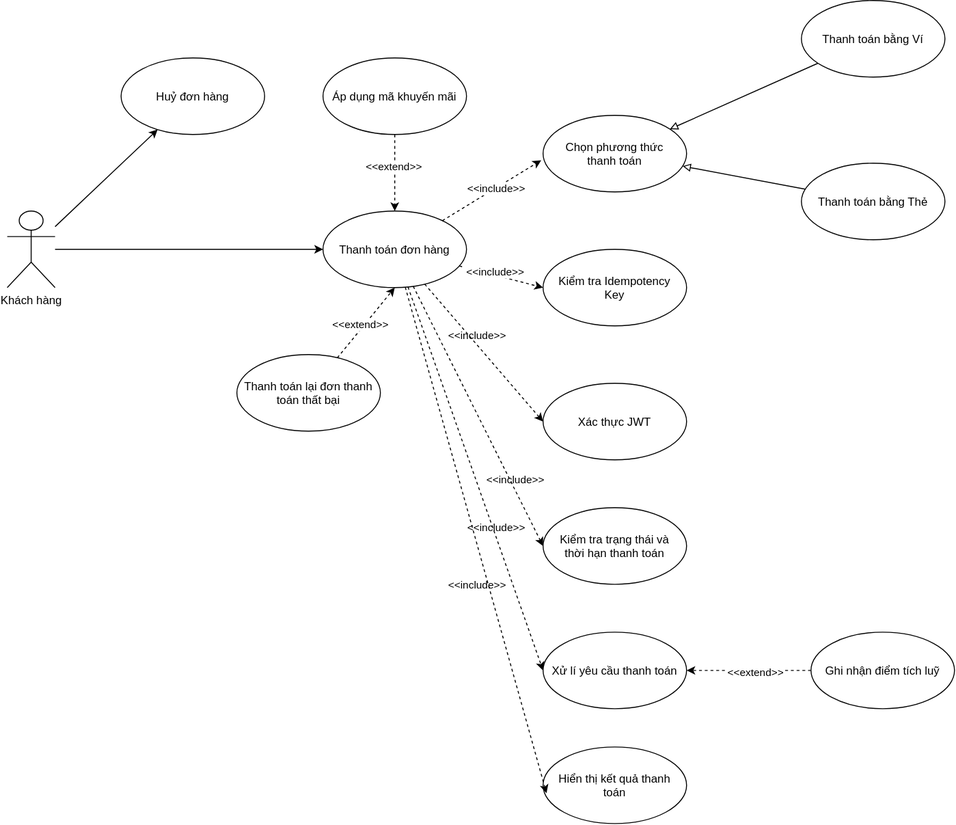
Above: docs/requirements/use-case-checkout.svg in StarH6/brewlite_as2 (draw.io), before the change. Source tidied: cells renumbered, new cells last; positions are measured from the earlier drawing's top-left corner, leaving out a move shared by most shapes. Its diagram source:
```xml
<mxGraphModel>
  <root>
    <mxCell id="0" />
    <mxCell id="1" parent="0" />
    <mxCell id="2" style="edgeStyle=none;rounded=0;jettySize=auto;html=1;entryX=0;entryY=0.5;entryDx=0;entryDy=0;defaultLabelBackgroundColor=page;labelPadding=0 4;" parent="1" edge="1" source="4" target="10">
      <mxGeometry relative="1" as="geometry" />
    </mxCell>
    <mxCell id="3" style="edgeStyle=none;rounded=0;jettySize=auto;html=1;defaultLabelBackgroundColor=page;labelPadding=0 4;" parent="1" edge="1" source="4" target="33">
      <mxGeometry relative="1" as="geometry" />
    </mxCell>
    <mxCell id="4" value="Khách hàng" style="shape=umlActor;verticalLabelPosition=bottom;verticalAlign=top;html=1;outlineConnect=0;labelPerimeter=1;" parent="1" vertex="1">
      <mxGeometry y="220" width="50" height="80" as="geometry" />
    </mxCell>
    <mxCell id="5" style="edgeStyle=none;rounded=0;jettySize=auto;html=1;entryX=0;entryY=0.5;entryDx=0;entryDy=0;defaultLabelBackgroundColor=page;labelPadding=0 4;dashed=1;" parent="1" edge="1" source="10" target="13">
      <mxGeometry relative="1" as="geometry" />
    </mxCell>
    <mxCell id="6" value="&amp;lt;&amp;lt;include&amp;gt;&amp;gt;" style="edgeLabel;html=1;align=center;verticalAlign=middle;inheritText=1;defaultLabelBackgroundColor=page;labelPadding=0 4;" parent="5" vertex="1">
      <mxGeometry x="-0.19" y="3" relative="1" as="geometry" />
    </mxCell>
    <mxCell id="7" style="edgeStyle=none;rounded=0;jettySize=auto;html=1;entryX=0;entryY=0.5;entryDx=0;entryDy=0;defaultLabelBackgroundColor=page;labelPadding=0 4;dashed=1;" parent="1" edge="1" source="10" target="12">
      <mxGeometry relative="1" as="geometry" />
    </mxCell>
    <mxCell id="8" style="edgeStyle=none;rounded=0;jettySize=auto;html=1;entryX=0;entryY=0.5;entryDx=0;entryDy=0;defaultLabelBackgroundColor=page;labelPadding=0 4;dashed=1;" parent="1" edge="1" source="10" target="24">
      <mxGeometry relative="1" as="geometry" />
    </mxCell>
    <mxCell id="9" style="edgeStyle=none;rounded=0;jettySize=auto;html=1;entryX=0;entryY=0.5;entryDx=0;entryDy=0;defaultLabelBackgroundColor=page;labelPadding=0 4;dashed=1;" parent="1" edge="1" source="10" target="25">
      <mxGeometry relative="1" as="geometry" />
    </mxCell>
    <mxCell id="10" value="Thanh toán đơn hàng" style="ellipse;whiteSpace=wrap;html=1;shapeInside=1;" parent="1" vertex="1">
      <mxGeometry x="330" y="220" width="150" height="80" as="geometry" />
    </mxCell>
    <mxCell id="11" value="Chọn phương thức thanh toán" style="ellipse;whiteSpace=wrap;html=1;shapeInside=1;" parent="1" vertex="1">
      <mxGeometry x="560" y="120" width="150" height="80" as="geometry" />
    </mxCell>
    <mxCell id="12" value="Xác thực JWT" style="ellipse;whiteSpace=wrap;html=1;shapeInside=1;" parent="1" vertex="1">
      <mxGeometry x="560" y="400" width="150" height="80" as="geometry" />
    </mxCell>
    <mxCell id="13" value="Kiểm tra Idempotency Key" style="ellipse;whiteSpace=wrap;html=1;shapeInside=1;" parent="1" vertex="1">
      <mxGeometry x="560" y="260" width="150" height="80" as="geometry" />
    </mxCell>
    <mxCell id="14" style="edgeStyle=none;rounded=0;jettySize=auto;html=1;defaultLabelBackgroundColor=page;labelPadding=0 4;endArrow=block;endFill=0;" parent="1" edge="1" source="15" target="11">
      <mxGeometry relative="1" as="geometry" />
    </mxCell>
    <mxCell id="15" value="Thanh toán bằng Ví" style="ellipse;whiteSpace=wrap;html=1;shapeInside=1;" parent="1" vertex="1">
      <mxGeometry x="830" width="150" height="80" as="geometry" />
    </mxCell>
    <mxCell id="16" style="edgeStyle=none;rounded=0;jettySize=auto;html=1;defaultLabelBackgroundColor=page;labelPadding=0 4;endArrow=block;endFill=0;" parent="1" edge="1" source="17" target="11">
      <mxGeometry relative="1" as="geometry" />
    </mxCell>
    <mxCell id="17" value="Thanh toán bằng Thẻ" style="ellipse;whiteSpace=wrap;html=1;shapeInside=1;" parent="1" vertex="1">
      <mxGeometry x="830" y="170" width="150" height="80" as="geometry" />
    </mxCell>
    <mxCell id="18" style="edgeStyle=none;rounded=0;jettySize=auto;html=1;entryX=-0.013;entryY=0.588;entryDx=0;entryDy=0;entryPerimeter=0;defaultLabelBackgroundColor=page;labelPadding=0 4;dashed=1;" parent="1" edge="1" source="10" target="11">
      <mxGeometry relative="1" as="geometry" />
    </mxCell>
    <mxCell id="19" value="&amp;lt;&amp;lt;include&amp;gt;&amp;gt;" style="edgeLabel;html=1;align=center;verticalAlign=middle;inheritText=1;defaultLabelBackgroundColor=page;labelPadding=0 4;" parent="18" vertex="1">
      <mxGeometry x="0.07" relative="1" as="geometry" />
    </mxCell>
    <mxCell id="20" value="&amp;lt;&amp;lt;include&amp;gt;&amp;gt;" style="edgeLabel;html=1;align=center;verticalAlign=middle;inheritText=1;defaultLabelBackgroundColor=page;labelPadding=0 4;" parent="18" vertex="1">
      <mxGeometry x="0.27" relative="1" as="geometry">
        <mxPoint x="-30" y="160" as="offset" />
      </mxGeometry>
    </mxCell>
    <mxCell id="21" value="&amp;lt;&amp;lt;include&amp;gt;&amp;gt;" style="edgeLabel;html=1;align=center;verticalAlign=middle;inheritText=1;defaultLabelBackgroundColor=page;labelPadding=0 4;" parent="18" vertex="1">
      <mxGeometry x="0.07" relative="1" as="geometry">
        <mxPoint x="20" y="304" as="offset" />
      </mxGeometry>
    </mxCell>
    <mxCell id="22" value="&amp;lt;&amp;lt;include&amp;gt;&amp;gt;" style="edgeLabel;html=1;align=center;verticalAlign=middle;inheritText=1;defaultLabelBackgroundColor=page;labelPadding=0 4;" parent="18" vertex="1">
      <mxGeometry x="0.07" relative="1" as="geometry">
        <mxPoint x="-20" y="414" as="offset" />
      </mxGeometry>
    </mxCell>
    <mxCell id="23" value="&amp;lt;&amp;lt;include&amp;gt;&amp;gt;" style="edgeLabel;html=1;align=center;verticalAlign=middle;inheritText=1;defaultLabelBackgroundColor=page;labelPadding=0 4;" parent="18" vertex="1">
      <mxGeometry x="0.07" relative="1" as="geometry">
        <mxPoint y="354" as="offset" />
      </mxGeometry>
    </mxCell>
    <mxCell id="24" value="Kiểm tra trạng thái và thời hạn thanh toán" style="ellipse;whiteSpace=wrap;html=1;shapeInside=1;" parent="1" vertex="1">
      <mxGeometry x="560" y="530" width="150" height="80" as="geometry" />
    </mxCell>
    <mxCell id="25" value="Xử lí yêu cầu thanh toán" style="ellipse;whiteSpace=wrap;html=1;shapeInside=1;" parent="1" vertex="1">
      <mxGeometry x="560" y="660" width="150" height="80" as="geometry" />
    </mxCell>
    <mxCell id="26" value="Hiển thị kết quả thanh toán" style="ellipse;whiteSpace=wrap;html=1;shapeInside=1;" parent="1" vertex="1">
      <mxGeometry x="560" y="780" width="150" height="80" as="geometry" />
    </mxCell>
    <mxCell id="27" style="edgeStyle=none;rounded=0;jettySize=auto;html=1;entryX=0.5;entryY=0;entryDx=0;entryDy=0;defaultLabelBackgroundColor=page;labelPadding=0 4;dashed=1;" parent="1" edge="1" source="29" target="10">
      <mxGeometry relative="1" as="geometry" />
    </mxCell>
    <mxCell id="28" value="&amp;lt;&amp;lt;extend&amp;gt;&amp;gt;" style="edgeLabel;html=1;align=center;verticalAlign=middle;inheritText=1;defaultLabelBackgroundColor=page;labelPadding=0 4;" parent="27" vertex="1">
      <mxGeometry x="-0.18" y="-2" relative="1" as="geometry" />
    </mxCell>
    <mxCell id="29" value="Áp dụng mã khuyến mãi" style="ellipse;whiteSpace=wrap;html=1;shapeInside=1;" parent="1" vertex="1">
      <mxGeometry x="330" y="60" width="150" height="80" as="geometry" />
    </mxCell>
    <mxCell id="30" style="edgeStyle=none;rounded=0;jettySize=auto;html=1;entryX=0.5;entryY=1;entryDx=0;entryDy=0;defaultLabelBackgroundColor=page;labelPadding=0 4;dashed=1;" parent="1" edge="1" source="32" target="10">
      <mxGeometry relative="1" as="geometry" />
    </mxCell>
    <mxCell id="31" value="&amp;lt;&amp;lt;extend&amp;gt;&amp;gt;" style="edgeLabel;html=1;align=center;verticalAlign=middle;inheritText=1;defaultLabelBackgroundColor=page;labelPadding=0 4;" parent="30" vertex="1">
      <mxGeometry x="-0.12" y="4" relative="1" as="geometry" />
    </mxCell>
    <mxCell id="32" value="Thanh toán lại đơn thanh toán thất bại" style="ellipse;whiteSpace=wrap;html=1;shapeInside=1;" parent="1" vertex="1">
      <mxGeometry x="240" y="370" width="150" height="80" as="geometry" />
    </mxCell>
    <mxCell id="33" value="Huỷ đơn hàng" style="ellipse;whiteSpace=wrap;html=1;shapeInside=1;" parent="1" vertex="1">
      <mxGeometry x="119" y="60" width="150" height="80" as="geometry" />
    </mxCell>
    <mxCell id="34" style="edgeStyle=none;rounded=0;jettySize=auto;html=1;entryX=0.024;entryY=0.604;entryDx=0;entryDy=0;entryPerimeter=0;defaultLabelBackgroundColor=page;labelPadding=0 4;dashed=1;" parent="1" edge="1" source="10" target="26">
      <mxGeometry relative="1" as="geometry" />
    </mxCell>
    <mxCell id="35" style="edgeStyle=orthogonalEdgeStyle;rounded=0;jettySize=auto;html=1;entryX=1;entryY=0.5;entryDx=0;entryDy=0;defaultLabelBackgroundColor=page;dashed=1;" parent="1" edge="1" source="37" target="25">
      <mxGeometry relative="1" as="geometry" />
    </mxCell>
    <mxCell id="36" value="&amp;lt;&amp;lt;extend&amp;gt;&amp;gt;" style="edgeLabel;html=1;align=center;verticalAlign=middle;inheritText=1;defaultLabelBackgroundColor=page;" parent="35" vertex="1">
      <mxGeometry x="-0.09" y="1" relative="1" as="geometry" />
    </mxCell>
    <mxCell id="37" value="Ghi nhận điểm tích luỹ" style="ellipse;whiteSpace=wrap;html=1;shapeInside=1;" parent="1" vertex="1">
      <mxGeometry x="840" y="660" width="150" height="80" as="geometry" />
    </mxCell>
  </root>
</mxGraphModel>
```
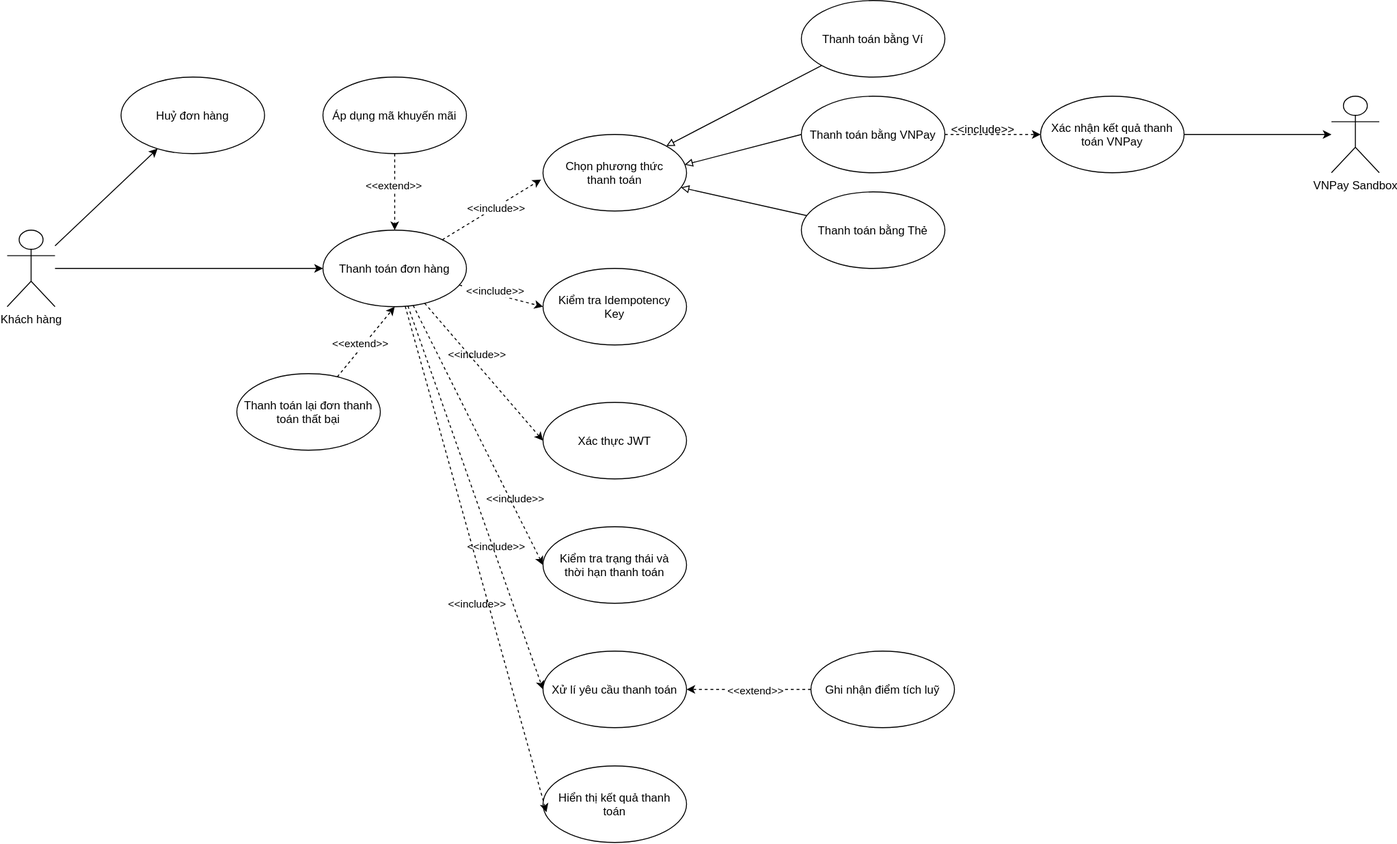
The same file after the commit.

Commit message:
docs: Thêm vào use case VNPay, actor VNPay cho sơ đồ Use case thanh toán và tổng quát

The edit, as a diff of the source:
```diff
@@ -42,13 +42,13 @@
       <mxGeometry relative="1" as="geometry" />
     </mxCell>
     <mxCell id="15" value="Thanh toán bằng Ví" style="ellipse;whiteSpace=wrap;html=1;shapeInside=1;" parent="1" vertex="1">
-      <mxGeometry x="830" width="150" height="80" as="geometry" />
+      <mxGeometry x="830" y="-20" width="150" height="80" as="geometry" />
     </mxCell>
     <mxCell id="16" style="edgeStyle=none;rounded=0;jettySize=auto;html=1;defaultLabelBackgroundColor=page;labelPadding=0 4;endArrow=block;endFill=0;" parent="1" edge="1" source="17" target="11">
       <mxGeometry relative="1" as="geometry" />
     </mxCell>
     <mxCell id="17" value="Thanh toán bằng Thẻ" style="ellipse;whiteSpace=wrap;html=1;shapeInside=1;" parent="1" vertex="1">
-      <mxGeometry x="830" y="170" width="150" height="80" as="geometry" />
+      <mxGeometry x="830" y="180" width="150" height="80" as="geometry" />
     </mxCell>
     <mxCell id="18" style="edgeStyle=none;rounded=0;jettySize=auto;html=1;entryX=-0.013;entryY=0.588;entryDx=0;entryDy=0;entryPerimeter=0;defaultLabelBackgroundColor=page;labelPadding=0 4;dashed=1;" parent="1" edge="1" source="10" target="11">
       <mxGeometry relative="1" as="geometry" />
@@ -118,5 +118,26 @@
     <mxCell id="37" value="Ghi nhận điểm tích luỹ" style="ellipse;whiteSpace=wrap;html=1;shapeInside=1;" parent="1" vertex="1">
       <mxGeometry x="840" y="660" width="150" height="80" as="geometry" />
     </mxCell>
+    <mxCell id="38" style="edgeStyle=orthogonalEdgeStyle;curved=1;rounded=0;curveGeometry=1;jettySize=auto;html=1;entryX=0;entryY=0.5;entryDx=0;entryDy=0;defaultLabelBackgroundColor=page;labelPadding=0 4;dashed=1;" parent="1" edge="1" source="39" target="42">
+      <mxGeometry relative="1" as="geometry" />
+    </mxCell>
+    <mxCell id="39" value="Thanh toán bằng VNPay" style="ellipse;whiteSpace=wrap;html=1;shapeInside=1;" parent="1" vertex="1">
+      <mxGeometry x="830" y="80" width="150" height="80" as="geometry" />
+    </mxCell>
+    <mxCell id="40" style="edgeStyle=none;rounded=0;jettySize=auto;html=1;defaultLabelBackgroundColor=page;labelPadding=0 4;endArrow=block;endFill=0;entryX=0.987;entryY=0.395;entryDx=0;entryDy=0;entryPerimeter=0;exitX=0;exitY=0.5;exitDx=0;exitDy=0;" parent="1" edge="1" source="39" target="11">
+      <mxGeometry relative="1" as="geometry" />
+    </mxCell>
+    <mxCell id="41" style="edgeStyle=orthogonalEdgeStyle;curved=1;rounded=0;curveGeometry=1;jettySize=auto;html=1;defaultLabelBackgroundColor=page;labelPadding=0 4;" parent="1" edge="1" source="42" target="43">
+      <mxGeometry relative="1" as="geometry" />
+    </mxCell>
+    <mxCell id="42" value="Xác nhận kết quả thanh toán VNPay" style="ellipse;whiteSpace=wrap;html=1;shapeInside=1;" parent="1" vertex="1">
+      <mxGeometry x="1080" y="80" width="150" height="80" as="geometry" />
+    </mxCell>
+    <mxCell id="43" value="VNPay Sandbox" style="shape=umlActor;verticalLabelPosition=bottom;verticalAlign=top;html=1;outlineConnect=0;labelPerimeter=1;" parent="1" vertex="1">
+      <mxGeometry x="1384" y="80" width="50" height="80" as="geometry" />
+    </mxCell>
+    <mxCell id="44" value="&amp;lt;&amp;lt;include&amp;gt;&amp;gt;" style="text;html=1;whiteSpace=wrap;strokeColor=none;fillColor=none;align=center;verticalAlign=middle;rounded=0;" parent="1" vertex="1">
+      <mxGeometry x="990" y="100" width="60" height="30" as="geometry" />
+    </mxCell>
   </root>
 </mxGraphModel>
```
